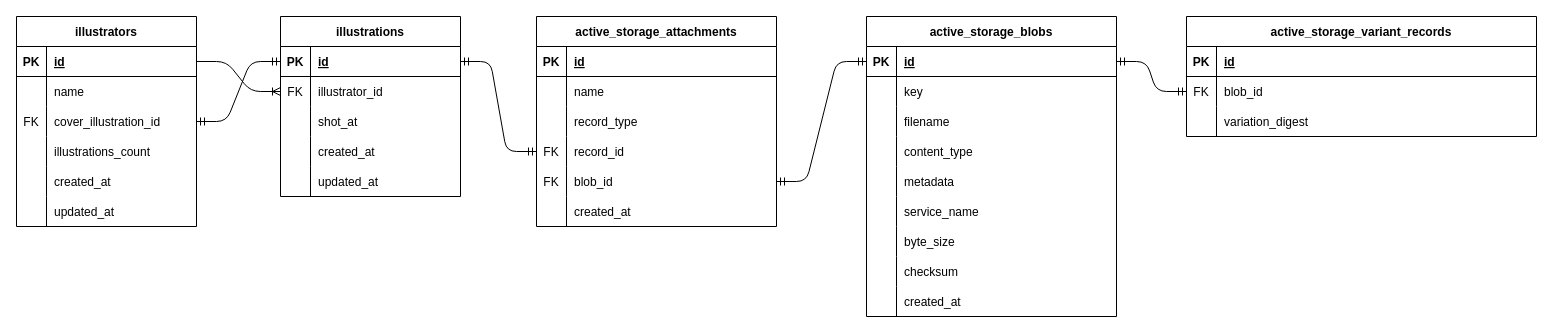
The draw.io diagram docs/public/database-schema.dio in lawnmower-74/xxx-photos, before the edit. Source tidied: cells renumbered, new cells numbered last; positions are measured from the earlier drawing's top-left corner, leaving out a move shared by most shapes. Both pictures are drawn from the tidied source at 100%, with x=0, y=0 at pixel (16, 16).
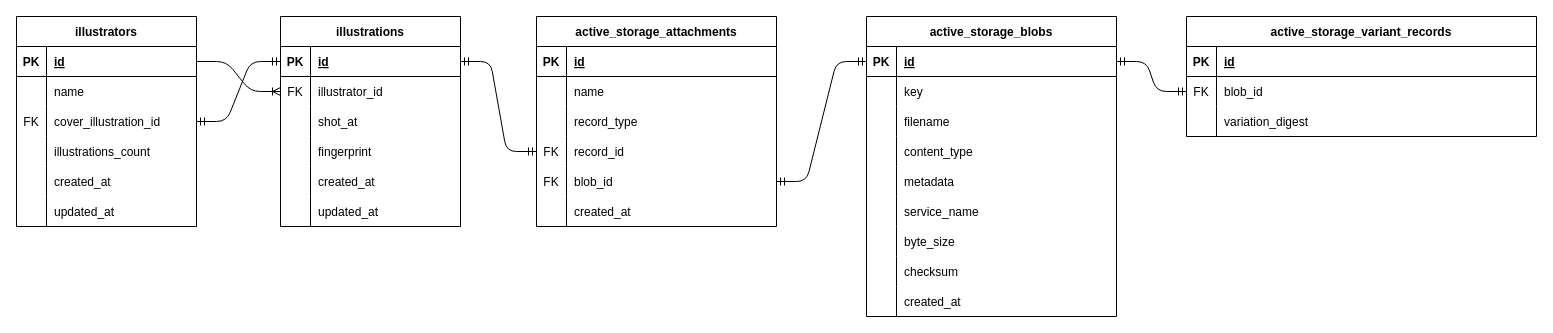
The same diagram, later.

The edit, as a diff of the source:
```diff
@@
     <mxCell id="21" value="illustrations" style="shape=table;startSize=30;childLayout=tableLayout;rowLines=0;fontStyle=1;align=center;" parent="1" vertex="1">
-      <mxGeometry x="264" width="180" height="180" as="geometry" />
+      <mxGeometry x="264" width="180" height="210" as="geometry" />
     </mxCell>
@@
+    <mxCell id="99" style="shape=tableRow;horizontal=0;startSize=0;swimlaneHead=0;swimlaneBody=0;fillColor=none;top=0;left=0;right=0;bottom=0;" parent="21" vertex="1">
+      <mxGeometry y="120" width="180" height="30" as="geometry" />
+    </mxCell>
+    <mxCell id="100" style="shape=partialRectangle;fillColor=none;top=0;left=0;bottom=0;right=0;overflow=hidden;" parent="99" vertex="1">
+      <mxGeometry width="30" height="30" as="geometry" />
+    </mxCell>
+    <mxCell id="101" value="fingerprint" style="shape=partialRectangle;fillColor=none;top=0;left=0;bottom=0;right=0;align=left;spacingLeft=6;overflow=hidden;" parent="99" vertex="1">
+      <mxGeometry x="30" width="150" height="30" as="geometry" />
+    </mxCell>
     <mxCell id="31" style="shape=tableRow;horizontal=0;startSize=0;swimlaneHead=0;swimlaneBody=0;fillColor=none;top=0;left=0;right=0;bottom=0;" parent="21" vertex="1">
-      <mxGeometry y="120" width="180" height="30" as="geometry" />
+      <mxGeometry y="150" width="180" height="30" as="geometry" />
     </mxCell>
@@
     <mxCell id="34" style="shape=tableRow;horizontal=0;startSize=0;swimlaneHead=0;swimlaneBody=0;fillColor=none;top=0;left=0;right=0;bottom=0;" parent="21" vertex="1">
-      <mxGeometry y="150" width="180" height="30" as="geometry" />
+      <mxGeometry y="180" width="180" height="30" as="geometry" />
     </mxCell>
```
